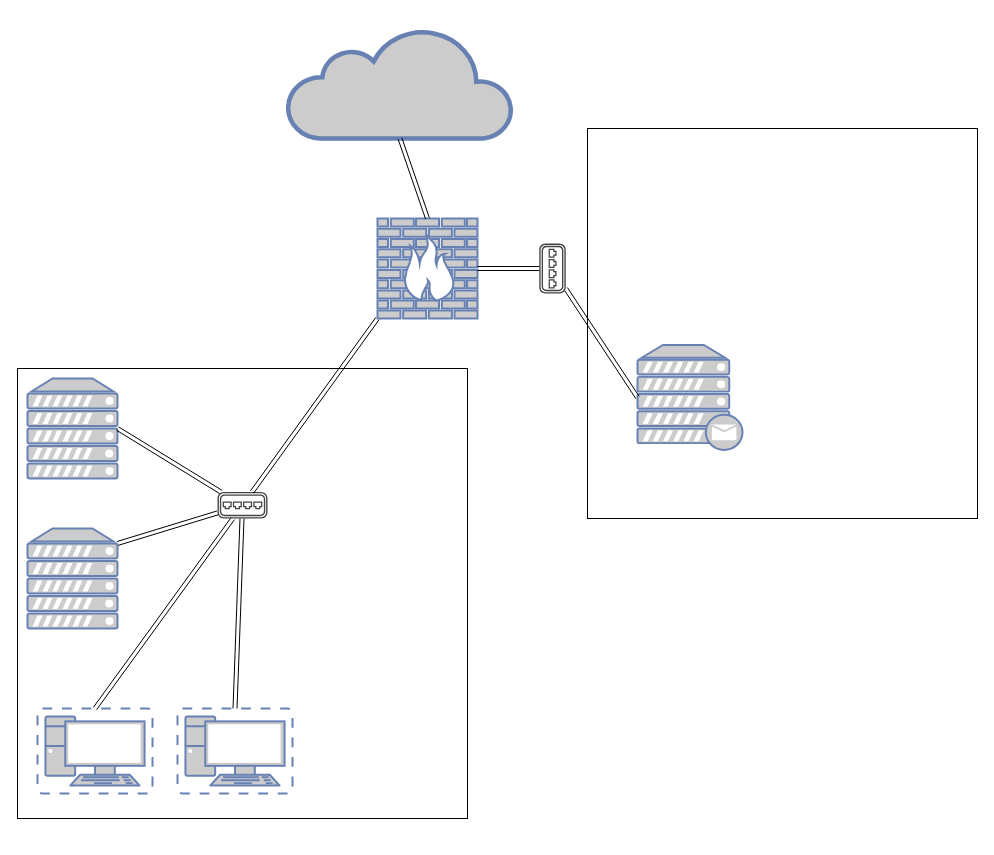
The draw.io diagram Diagram/Untitled Diagram.drawio in Brody-L/Honeypot-Project, before the edit. Source tidied: cells renumbered, new cells numbered last; positions are measured from the earlier drawing's top-left corner, leaving out a move shared by most shapes. Both pictures are drawn from the tidied source at 100%, with x=0, y=0 at pixel (17, 28).
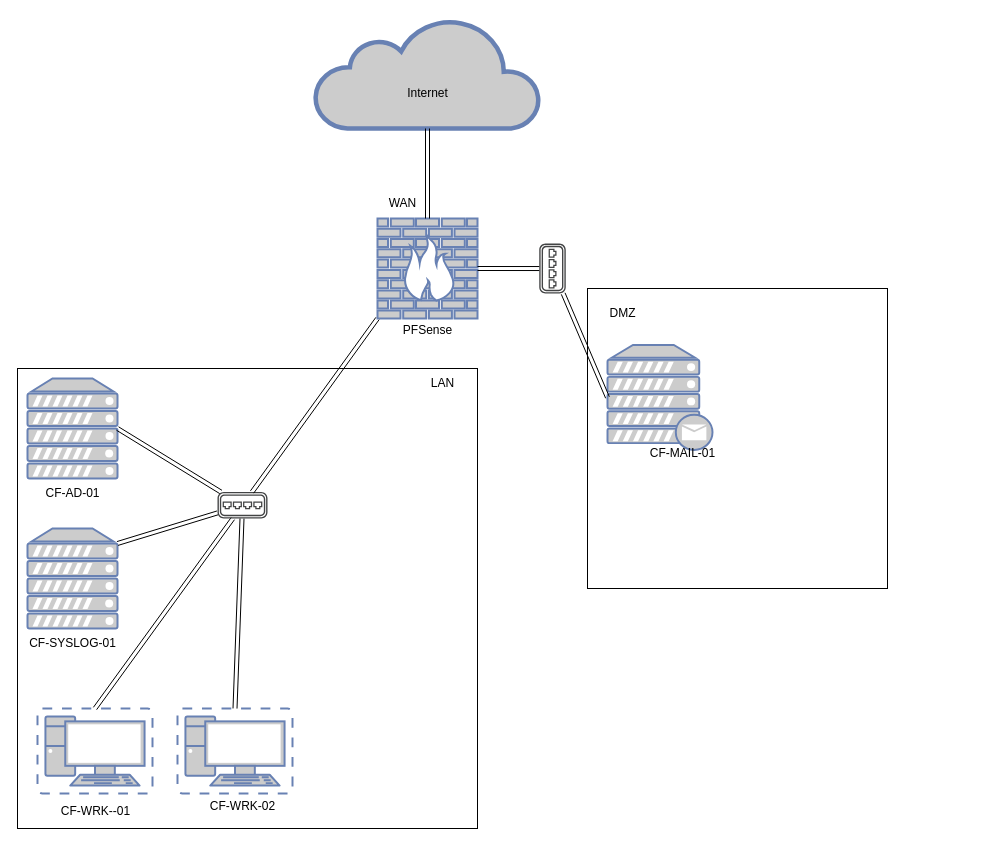
After the change.

Diff of the diagram source:
```diff
@@
     <mxCell id="2" style="whiteSpace=wrap;html=1;" parent="1" vertex="1">
-      <mxGeometry y="340" width="450" height="450" as="geometry" />
+      <mxGeometry y="340" width="460" height="460" as="geometry" />
     </mxCell>
     <mxCell id="3" style="whiteSpace=wrap;html=1;" parent="1" vertex="1">
-      <mxGeometry x="570" y="100" width="390" height="390" as="geometry" />
+      <mxGeometry x="570" y="260" width="300" height="300" as="geometry" />
     </mxCell>
@@
     <mxCell id="7" style="fontColor=#0066CC;verticalAlign=top;verticalLabelPosition=bottom;labelPosition=center;align=center;html=1;outlineConnect=0;fillColor=#CCCCCC;strokeColor=#6881B3;gradientColor=none;gradientDirection=north;strokeWidth=2;shape=mxgraph.networks.mail_server;" parent="1" vertex="1">
-      <mxGeometry x="620" y="316.5" width="105" height="105" as="geometry" />
+      <mxGeometry x="590" y="316.5" width="105" height="105" as="geometry" />
     </mxCell>
@@
     <mxCell id="9" style="html=1;outlineConnect=0;fillColor=#CCCCCC;strokeColor=#6881B3;gradientColor=none;gradientDirection=north;strokeWidth=2;shape=mxgraph.networks.cloud;fontColor=#ffffff;" parent="1" vertex="1">
-      <mxGeometry x="270" width="225" height="110" as="geometry" />
+      <mxGeometry x="297.5" y="-10" width="225" height="110" as="geometry" />
     </mxCell>
@@
+    <mxCell id="21" value="CF-AD-01" style="text;html=1;align=center;verticalAlign=middle;strokeColor=none;fillColor=none;" parent="1" vertex="1">
+      <mxGeometry x="15" y="450" width="80" height="30" as="geometry" />
+    </mxCell>
+    <mxCell id="22" value="&lt;div&gt;CF-MAIL-01&lt;/div&gt;" style="text;html=1;align=center;verticalAlign=middle;strokeColor=none;fillColor=none;" parent="1" vertex="1">
+      <mxGeometry x="620" y="410" width="90" height="30" as="geometry" />
+    </mxCell>
+    <mxCell id="23" value="&lt;div&gt;CF-SYSLOG-01&lt;/div&gt;" style="text;html=1;align=center;verticalAlign=middle;strokeColor=none;fillColor=none;" parent="1" vertex="1">
+      <mxGeometry y="600" width="110" height="30" as="geometry" />
+    </mxCell>
+    <mxCell id="24" value="&lt;div&gt;CF-WRK--01&lt;/div&gt;&lt;div&gt;&lt;br&gt;&lt;/div&gt;" style="text;html=1;align=center;verticalAlign=middle;strokeColor=none;fillColor=none;" parent="1" vertex="1">
+      <mxGeometry x="32.5" y="770" width="90" height="40" as="geometry" />
+    </mxCell>
+    <mxCell id="25" value="&lt;div&gt;CF-WRK-02&lt;/div&gt;&lt;div&gt;&lt;br&gt;&lt;/div&gt;" style="text;html=1;align=center;verticalAlign=middle;strokeColor=none;fillColor=none;" parent="1" vertex="1">
+      <mxGeometry x="180" y="765" width="90" height="40" as="geometry" />
+    </mxCell>
+    <mxCell id="26" value="&lt;div&gt;DMZ&lt;/div&gt;" style="text;html=1;align=center;verticalAlign=middle;strokeColor=none;fillColor=none;" parent="1" vertex="1">
+      <mxGeometry x="580" y="270" width="50" height="30" as="geometry" />
+    </mxCell>
+    <mxCell id="27" value="&lt;div&gt;LAN&lt;/div&gt;" style="text;html=1;align=center;verticalAlign=middle;strokeColor=none;fillColor=none;" parent="1" vertex="1">
+      <mxGeometry x="400" y="340" width="50" height="30" as="geometry" />
+    </mxCell>
+    <mxCell id="28" value="&lt;div&gt;WAN&lt;/div&gt;" style="text;html=1;align=center;verticalAlign=middle;strokeColor=none;fillColor=none;" parent="1" vertex="1">
+      <mxGeometry x="360" y="160" width="50" height="30" as="geometry" />
+    </mxCell>
+    <mxCell id="29" value="&lt;div&gt;PFSense&lt;/div&gt;" style="text;html=1;align=center;verticalAlign=middle;strokeColor=none;fillColor=none;" parent="1" vertex="1">
+      <mxGeometry x="375" y="286.5" width="70" height="30" as="geometry" />
+    </mxCell>
+    <mxCell id="30" value="&lt;div&gt;Internet&lt;/div&gt;" style="text;html=1;align=center;verticalAlign=middle;strokeColor=none;fillColor=none;" parent="1" vertex="1">
+      <mxGeometry x="380" y="50" width="60" height="30" as="geometry" />
+    </mxCell>
```
